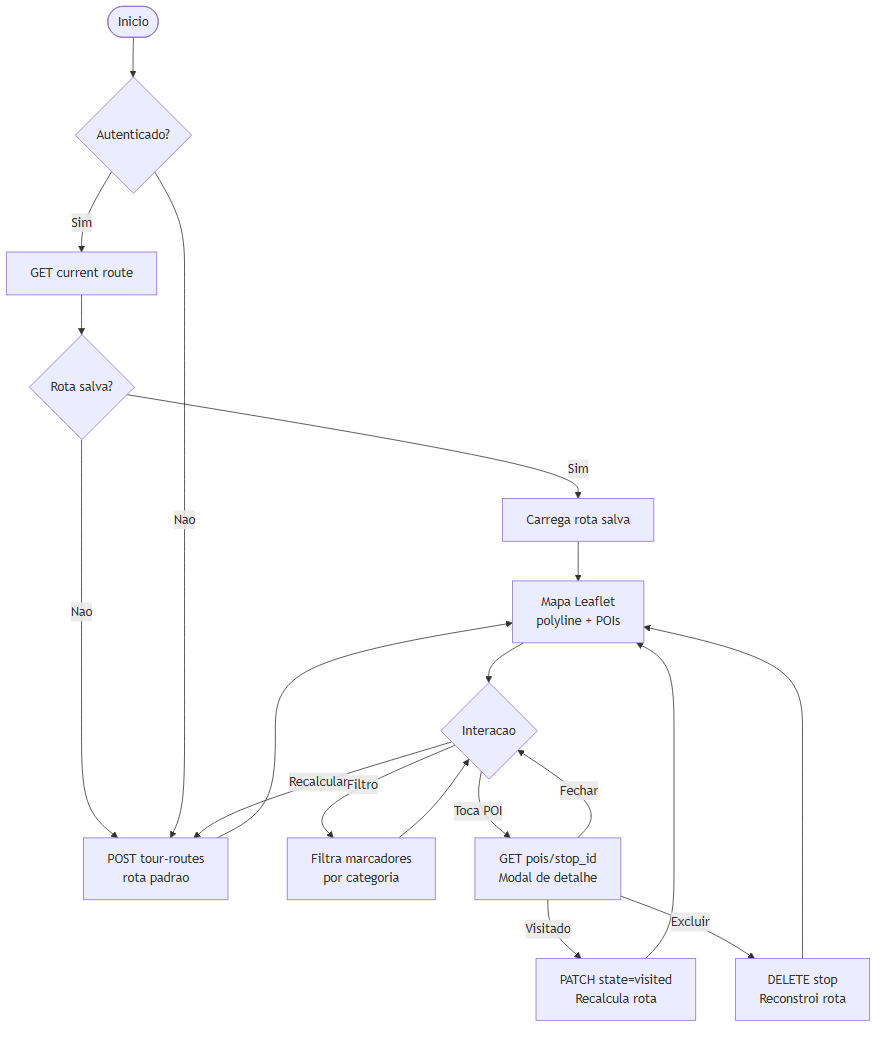
Earlier version of the Mermaid export paper/figuras/atividade-explorar.png (Portugol-Devoteers/explora-plus-docs). Its source is kept beside it as diagramas/mermaid/atividade-explorar.mmd.
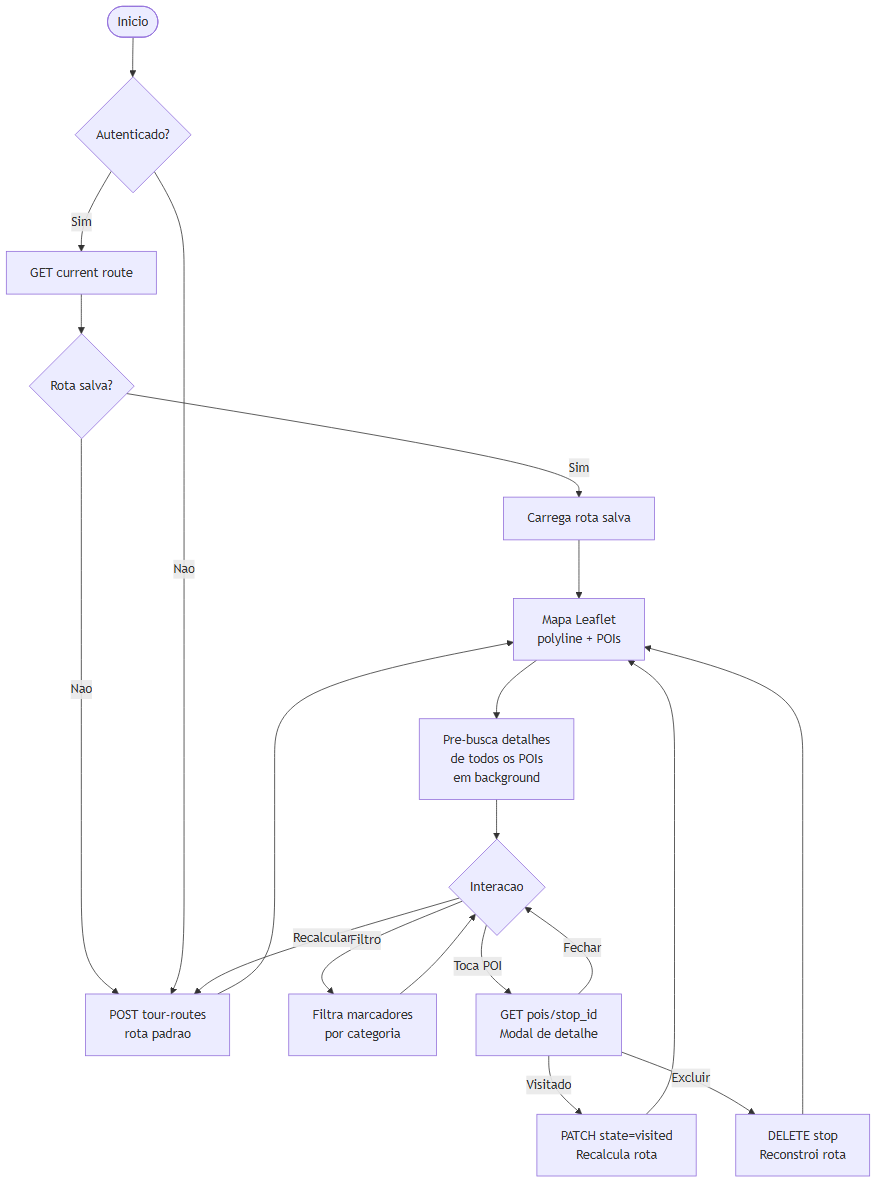
After the change.

Commit message:
docs: atualiza modelagem e diagramas com interceptor de auth e pre-busca

The edit, as a diff of the source:
```diff
@@ -11,7 +11,8 @@
     ShowRoute --> Map[Mapa Leaflet\npolyline + POIs]
     GenRoute --> Map
 
-    Map --> Idle{Interacao}
+    Map --> Prefetch[Pre-busca detalhes\nde todos os POIs\nem background]
+    Prefetch --> Idle{Interacao}
 
     Idle -->|Filtro| Filter[Filtra marcadores\npor categoria]
     Filter --> Idle
```
